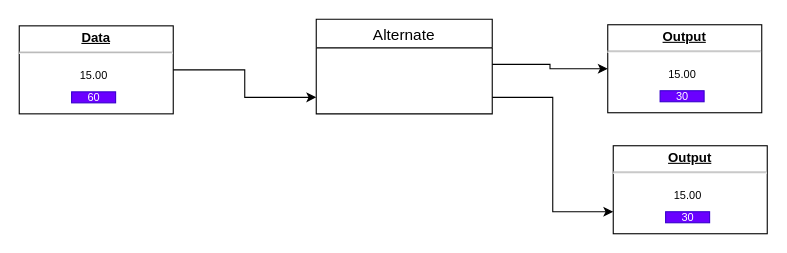
This is page "2" (2 of 9) of Math_Puzzles.drawio from CommanderFoo/Core-Visual-Node-Puzzles, a draw.io file, before an edit. Source tidied: cells renumbered, new cells numbered last; positions are measured from the earlier drawing's top-left corner, leaving out a move shared by most shapes. Both pictures are drawn from the tidied source at 110%, with x=0, y=0 at pixel (19, 19).
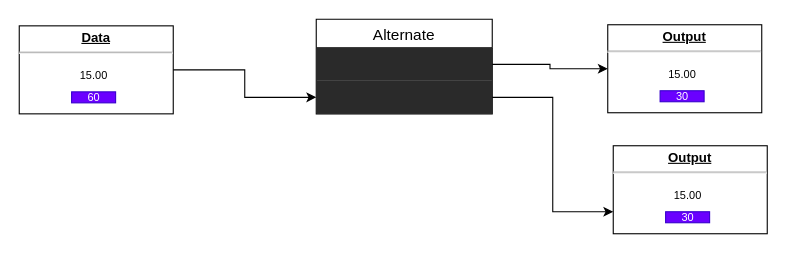
The same diagram, later.

The edit, as a diff of the source:
```diff
@@
 <mxGraphModel>
   <root>
     <mxCell id="0" />
     <mxCell id="1" parent="0" />
     <mxCell id="2" style="group;rounded=0;shadow=0;sketch=0;glass=0;fillColor=#FFFFFF;" parent="1" vertex="1">
       <mxGeometry y="6" width="140" height="80" as="geometry" />
     </mxCell>
     <mxCell id="3" value="&lt;p style=&quot;text-align: center ; margin: 4px 0px 0px ; text-decoration: underline&quot;&gt;&lt;b&gt;Data&lt;/b&gt;&lt;/p&gt;&lt;hr&gt;&lt;p style=&quot;text-align: center ; margin: 0px 0px 0px 8px&quot;&gt;&lt;br&gt;&lt;/p&gt;" style="verticalAlign=top;align=left;overflow=fill;fontSize=12;fontFamily=Helvetica;html=1;" parent="2" vertex="1">
       <mxGeometry width="140" height="80" as="geometry" />
     </mxCell>
     <mxCell id="4" value="&lt;font style=&quot;font-size: 10px&quot;&gt;60&lt;/font&gt;" style="text;html=1;align=center;verticalAlign=middle;whiteSpace=wrap;rounded=0;shadow=0;glass=0;sketch=0;fillColor=#6a00ff;strokeColor=#3700CC;fontColor=#ffffff;" parent="2" vertex="1">
       <mxGeometry x="47.6" y="60" width="40" height="10" as="geometry" />
     </mxCell>
     <mxCell id="5" value="&lt;font style=&quot;font-size: 10px&quot;&gt;15.00&lt;/font&gt;" style="text;html=1;strokeColor=none;fillColor=none;align=center;verticalAlign=middle;whiteSpace=wrap;rounded=0;shadow=0;glass=0;sketch=0;" parent="2" vertex="1">
       <mxGeometry x="47.6" y="40" width="40" height="10" as="geometry" />
     </mxCell>
     <mxCell id="6" style="group;rounded=0;shadow=0;sketch=0;glass=0;fillColor=#FFFFFF;" parent="1" vertex="1">
       <mxGeometry x="535" y="5" width="140" height="80" as="geometry" />
     </mxCell>
     <mxCell id="7" value="&lt;p style=&quot;text-align: center ; margin: 4px 0px 0px ; text-decoration: underline&quot;&gt;&lt;b&gt;Output&lt;/b&gt;&lt;/p&gt;&lt;hr&gt;&lt;p style=&quot;text-align: center ; margin: 0px 0px 0px 8px&quot;&gt;&lt;br&gt;&lt;/p&gt;" style="verticalAlign=top;align=left;overflow=fill;fontSize=12;fontFamily=Helvetica;html=1;" parent="6" vertex="1">
       <mxGeometry width="140" height="80" as="geometry" />
     </mxCell>
     <mxCell id="8" value="&lt;font style=&quot;font-size: 10px&quot;&gt;30&lt;/font&gt;" style="text;html=1;align=center;verticalAlign=middle;whiteSpace=wrap;rounded=0;shadow=0;glass=0;sketch=0;fillColor=#6a00ff;strokeColor=#3700CC;fontColor=#ffffff;" parent="6" vertex="1">
       <mxGeometry x="47.6" y="60" width="40" height="10" as="geometry" />
     </mxCell>
     <mxCell id="9" value="&lt;font style=&quot;font-size: 10px&quot;&gt;15.00&lt;/font&gt;" style="text;html=1;strokeColor=none;fillColor=none;align=center;verticalAlign=middle;whiteSpace=wrap;rounded=0;shadow=0;glass=0;sketch=0;" parent="6" vertex="1">
       <mxGeometry x="47.6" y="40" width="40" height="10" as="geometry" />
     </mxCell>
     <mxCell id="10" style="group;rounded=0;shadow=0;sketch=0;glass=0;fillColor=#FFFFFF;" parent="1" vertex="1">
       <mxGeometry x="540" y="115" width="140" height="80" as="geometry" />
     </mxCell>
     <mxCell id="11" value="&lt;p style=&quot;text-align: center ; margin: 4px 0px 0px ; text-decoration: underline&quot;&gt;&lt;b&gt;Output&lt;/b&gt;&lt;/p&gt;&lt;hr&gt;&lt;p style=&quot;text-align: center ; margin: 0px 0px 0px 8px&quot;&gt;&lt;br&gt;&lt;/p&gt;" style="verticalAlign=top;align=left;overflow=fill;fontSize=12;fontFamily=Helvetica;html=1;" parent="10" vertex="1">
       <mxGeometry width="140" height="80" as="geometry" />
     </mxCell>
     <mxCell id="12" value="&lt;font style=&quot;font-size: 10px&quot;&gt;30&lt;/font&gt;" style="text;html=1;align=center;verticalAlign=middle;whiteSpace=wrap;rounded=0;shadow=0;glass=0;sketch=0;fillColor=#6a00ff;strokeColor=#3700CC;fontColor=#ffffff;" parent="10" vertex="1">
       <mxGeometry x="47.6" y="60" width="40" height="10" as="geometry" />
     </mxCell>
     <mxCell id="13" value="&lt;font style=&quot;font-size: 10px&quot;&gt;15.00&lt;/font&gt;" style="text;html=1;strokeColor=none;fillColor=none;align=center;verticalAlign=middle;whiteSpace=wrap;rounded=0;shadow=0;glass=0;sketch=0;" parent="10" vertex="1">
       <mxGeometry x="47.6" y="40" width="40" height="10" as="geometry" />
     </mxCell>
     <mxCell id="14" value="Alternate" style="swimlane;fontStyle=0;horizontal=1;startSize=26;align=center;fontSize=14;" parent="1" vertex="1">
       <mxGeometry x="270" width="160" height="86" as="geometry" />
     </mxCell>
-    <mxCell id="15" value=" " style="text;strokeColor=none;fillColor=none;spacingLeft=4;spacingRight=4;overflow=hidden;points=[[0,0.5],[1,0.5]];portConstraint=eastwest;fontSize=12;" parent="14" vertex="1">
+    <mxCell id="15" value=" " style="text;strokeColor=none;spacingLeft=4;spacingRight=4;overflow=hidden;points=[[0,0.5],[1,0.5]];portConstraint=eastwest;fontSize=12;fillColor=#2a2a2a;" parent="14" vertex="1">
       <mxGeometry y="26" width="160" height="30" as="geometry" />
     </mxCell>
-    <mxCell id="16" value=" " style="text;strokeColor=none;fillColor=none;spacingLeft=4;spacingRight=4;overflow=hidden;points=[[0,0.5],[1,0.5]];portConstraint=eastwest;fontSize=12;" parent="14" vertex="1">
+    <mxCell id="16" value=" " style="text;strokeColor=none;spacingLeft=4;spacingRight=4;overflow=hidden;points=[[0,0.5],[1,0.5]];portConstraint=eastwest;fontSize=12;fillColor=#2a2a2a;" parent="14" vertex="1">
       <mxGeometry y="56" width="160" height="30" as="geometry" />
     </mxCell>
     <mxCell id="17" style="edgeStyle=orthogonalEdgeStyle;rounded=0;jettySize=auto;html=1;entryX=0;entryY=0.5;entryDx=0;entryDy=0;" parent="1" edge="1" source="3" target="16">
       <mxGeometry relative="1" as="geometry" />
     </mxCell>
     <mxCell id="18" style="edgeStyle=orthogonalEdgeStyle;rounded=0;jettySize=auto;html=1;entryX=0;entryY=0.5;entryDx=0;entryDy=0;" parent="1" edge="1" source="15" target="7">
       <mxGeometry relative="1" as="geometry" />
     </mxCell>
     <mxCell id="19" style="edgeStyle=orthogonalEdgeStyle;rounded=0;jettySize=auto;html=1;entryX=0;entryY=0.75;entryDx=0;entryDy=0;" parent="1" edge="1" source="16" target="11">
       <mxGeometry relative="1" as="geometry" />
     </mxCell>
   </root>
 </mxGraphModel>
```
